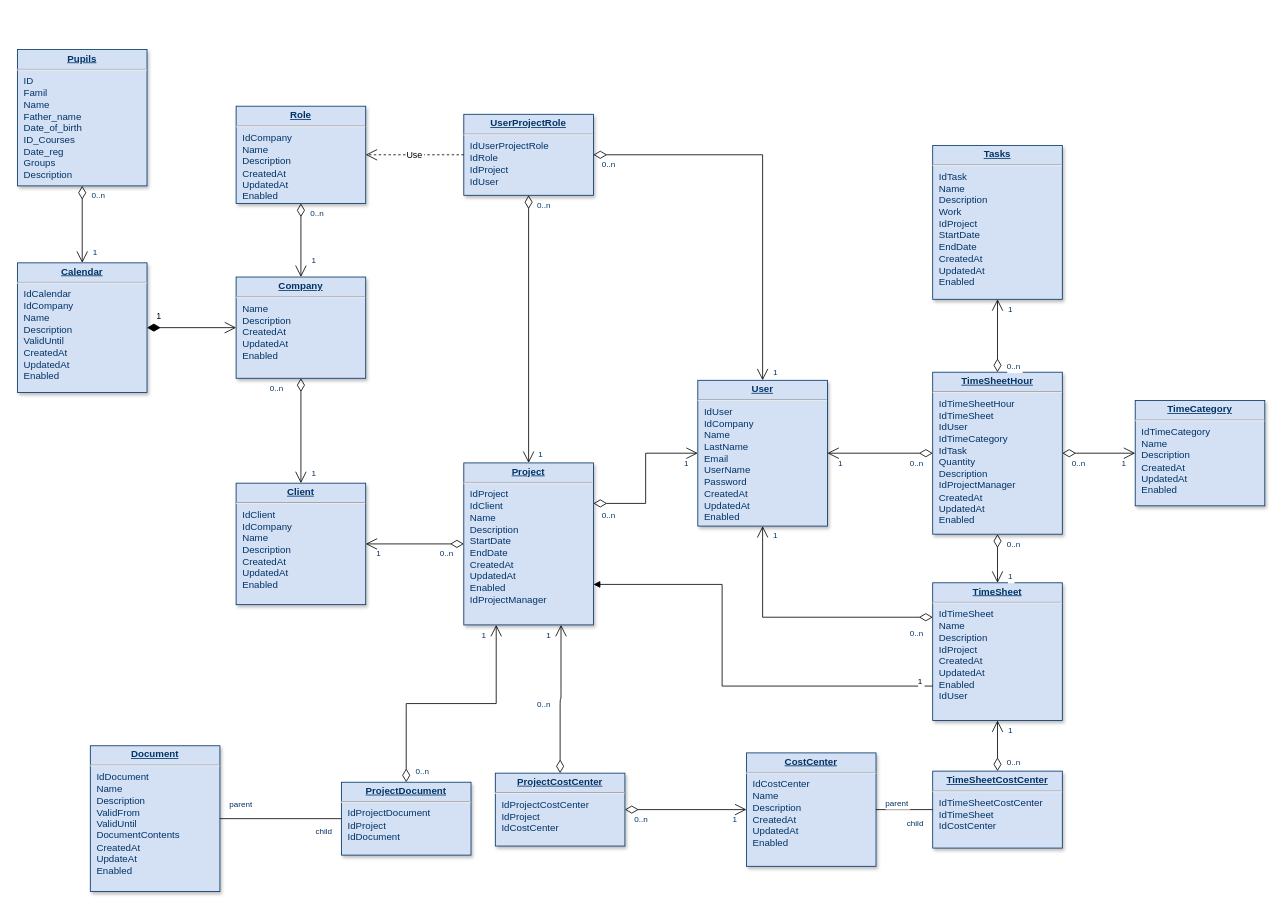
Before: Диаграмма без названия.drawio in IsaevSlava2001/repetitor_site, a draw.io diagram. Source tidied: cells renumbered, new cells numbered last; positions are measured from the earlier drawing's top-left corner, leaving out a move shared by most shapes. Both pictures are drawn from the tidied source at 81%, with x=0, y=0 at pixel (17, 49).
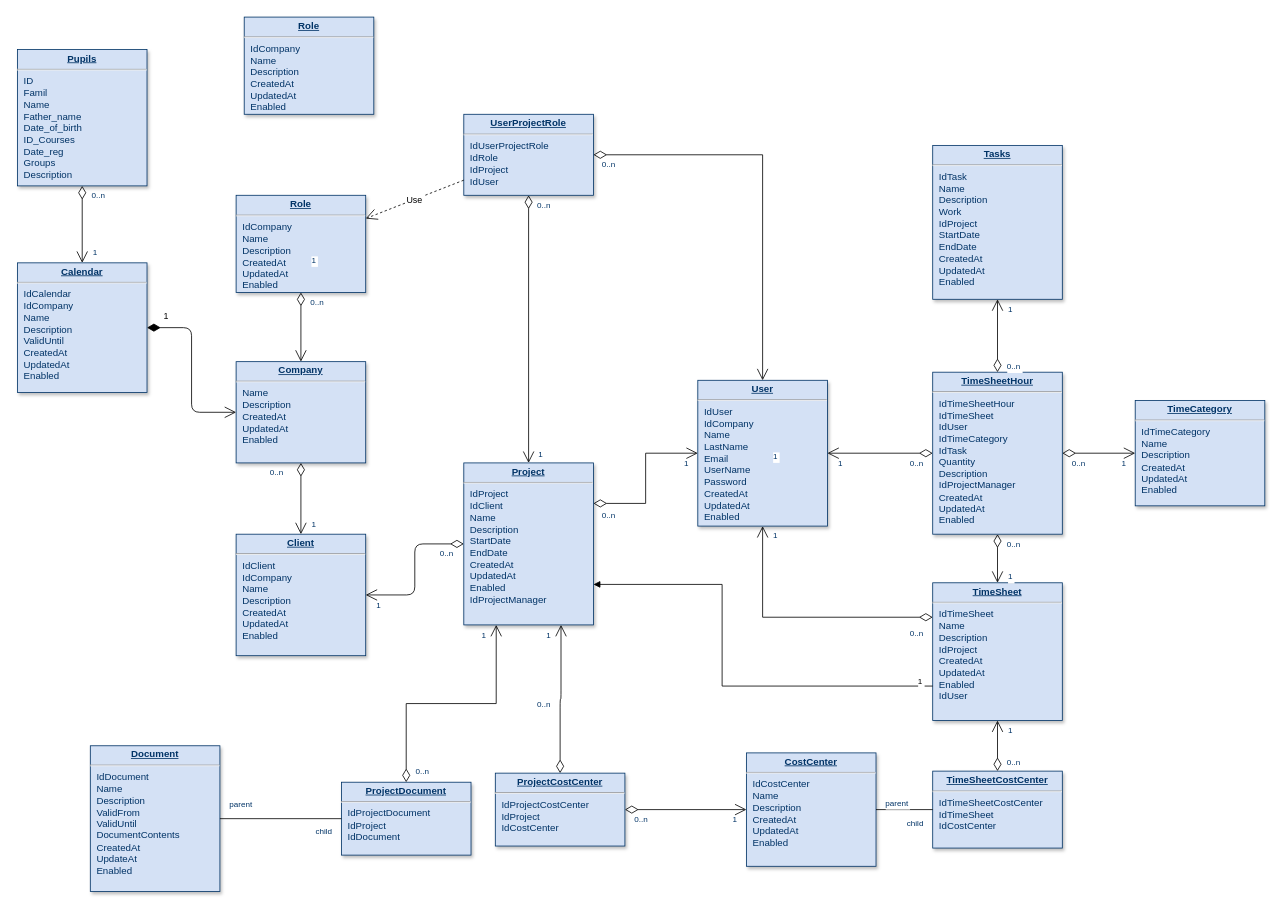
The same diagram, later.

Commit message (it also covers changes not shown here):
1.0.9 updated auth and DB_plan

Change to the diagram source:
```diff
@@
     <mxCell id="2" value="&lt;p style=&quot;margin: 0px; margin-top: 4px; text-align: center; text-decoration: underline;&quot;&gt;&lt;strong&gt;Role&lt;/strong&gt;&lt;/p&gt;&lt;hr /&gt;&lt;p style=&quot;margin: 0px; margin-left: 8px;&quot;&gt;IdCompany&lt;br /&gt;Name&lt;/p&gt;&lt;p style=&quot;margin: 0px; margin-left: 8px;&quot;&gt;Description&lt;/p&gt;&lt;p style=&quot;margin: 0px; margin-left: 8px;&quot;&gt;CreatedAt&lt;/p&gt;&lt;p style=&quot;margin: 0px; margin-left: 8px;&quot;&gt;UpdatedAt&lt;/p&gt;&lt;p style=&quot;margin: 0px; margin-left: 8px;&quot;&gt;Enabled&lt;/p&gt;" style="verticalAlign=top;align=left;overflow=fill;fontSize=12;fontFamily=Helvetica;html=1;strokeColor=#003366;shadow=1;fillColor=#D4E1F5;fontColor=#003366;" parent="1" vertex="1">
-      <mxGeometry x="270" y="69.6" width="160" height="120" as="geometry" />
+      <mxGeometry x="270" y="179.6" width="160" height="120" as="geometry" />
     </mxCell>
     <mxCell id="3" value="&lt;p style=&quot;margin: 0px; margin-top: 4px; text-align: center; text-decoration: underline;&quot;&gt;&lt;strong&gt;Company&lt;/strong&gt;&lt;/p&gt;&lt;hr /&gt;&lt;p style=&quot;margin: 0px; margin-left: 8px;&quot;&gt;Name&lt;/p&gt;&lt;p style=&quot;margin: 0px; margin-left: 8px;&quot;&gt;Description&lt;/p&gt;&lt;p style=&quot;margin: 0px; margin-left: 8px;&quot;&gt;CreatedAt&lt;/p&gt;&lt;p style=&quot;margin: 0px; margin-left: 8px;&quot;&gt;UpdatedAt&lt;/p&gt;&lt;p style=&quot;margin: 0px; margin-left: 8px;&quot;&gt;Enabled&lt;/p&gt;" style="verticalAlign=top;align=left;overflow=fill;fontSize=12;fontFamily=Helvetica;html=1;strokeColor=#003366;shadow=1;fillColor=#D4E1F5;fontColor=#003366;" parent="1" vertex="1">
-      <mxGeometry x="270" y="280.5" width="160" height="125" as="geometry" />
+      <mxGeometry x="270" y="385" width="160" height="125" as="geometry" />
     </mxCell>
@@
     <mxCell id="7" value="&lt;p style=&quot;margin: 0px; margin-top: 4px; text-align: center; text-decoration: underline;&quot;&gt;&lt;strong&gt;Client&lt;/strong&gt;&lt;/p&gt;&lt;hr /&gt;&lt;p style=&quot;margin: 0px; margin-left: 8px;&quot;&gt;IdClient&lt;/p&gt;&lt;p style=&quot;margin: 0px; margin-left: 8px;&quot;&gt;IdCompany&lt;/p&gt;&lt;p style=&quot;margin: 0px; margin-left: 8px;&quot;&gt;Name&lt;/p&gt;&lt;p style=&quot;margin: 0px; margin-left: 8px;&quot;&gt;Description&lt;/p&gt;&lt;p style=&quot;margin: 0px; margin-left: 8px;&quot;&gt;CreatedAt&lt;/p&gt;&lt;p style=&quot;margin: 0px; margin-left: 8px;&quot;&gt;UpdatedAt&lt;/p&gt;&lt;p style=&quot;margin: 0px; margin-left: 8px;&quot;&gt;Enabled&lt;/p&gt;" style="verticalAlign=top;align=left;overflow=fill;fontSize=12;fontFamily=Helvetica;html=1;strokeColor=#003366;shadow=1;fillColor=#D4E1F5;fontColor=#003366;" parent="1" vertex="1">
-      <mxGeometry x="270" y="535" width="160" height="150" as="geometry" />
+      <mxGeometry x="270" y="598" width="160" height="150" as="geometry" />
     </mxCell>
@@
+    <mxCell id="77" value="&lt;p style=&quot;margin: 0px; margin-top: 4px; text-align: center; text-decoration: underline;&quot;&gt;&lt;strong&gt;Role&lt;/strong&gt;&lt;/p&gt;&lt;hr /&gt;&lt;p style=&quot;margin: 0px; margin-left: 8px;&quot;&gt;IdCompany&lt;br /&gt;Name&lt;/p&gt;&lt;p style=&quot;margin: 0px; margin-left: 8px;&quot;&gt;Description&lt;/p&gt;&lt;p style=&quot;margin: 0px; margin-left: 8px;&quot;&gt;CreatedAt&lt;/p&gt;&lt;p style=&quot;margin: 0px; margin-left: 8px;&quot;&gt;UpdatedAt&lt;/p&gt;&lt;p style=&quot;margin: 0px; margin-left: 8px;&quot;&gt;Enabled&lt;/p&gt;" style="verticalAlign=top;align=left;overflow=fill;fontSize=12;fontFamily=Helvetica;html=1;strokeColor=#003366;shadow=1;fillColor=#D4E1F5;fontColor=#003366;" parent="1" vertex="1">
+      <mxGeometry x="280" y="-40.4" width="160" height="120" as="geometry" />
+    </mxCell>
```
